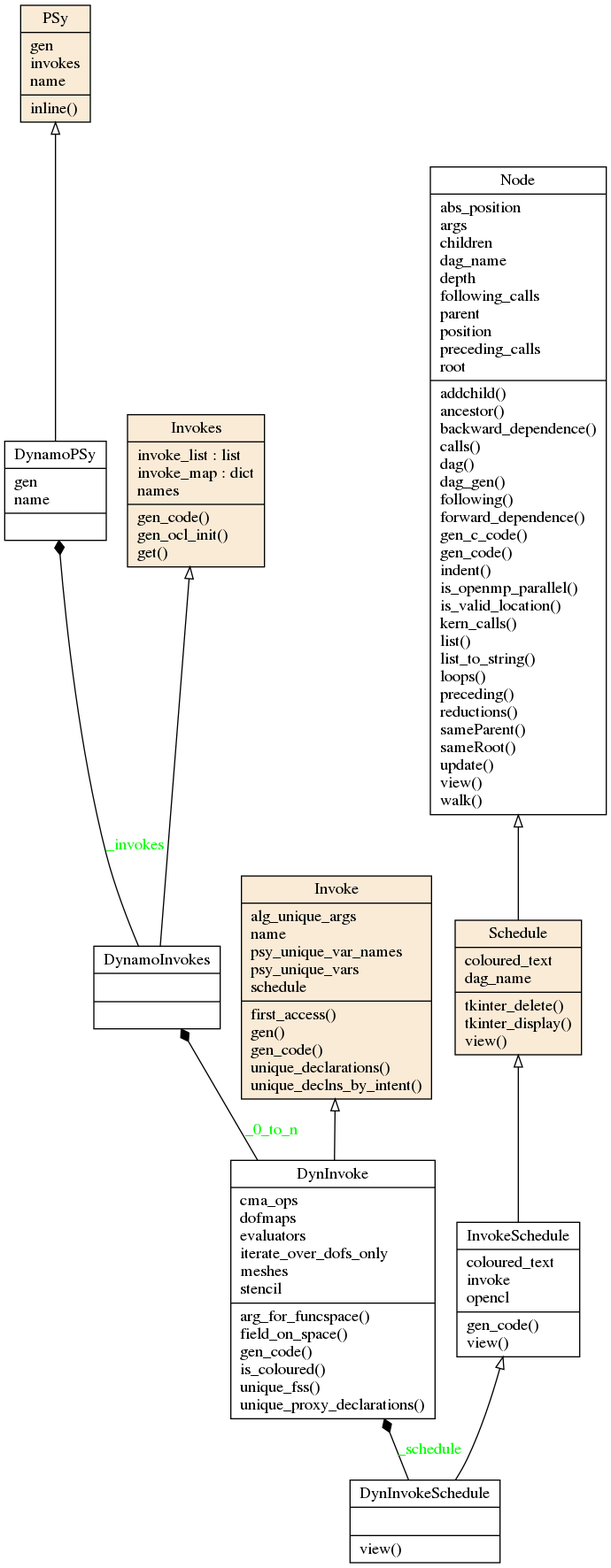
stfc/PSyclone keeps this Graphviz diagram as doc/dynamo0p3_topclasses.png. Above is the earlier version. Its source is kept beside it as doc/dynamo0p3_topclasses.dot.
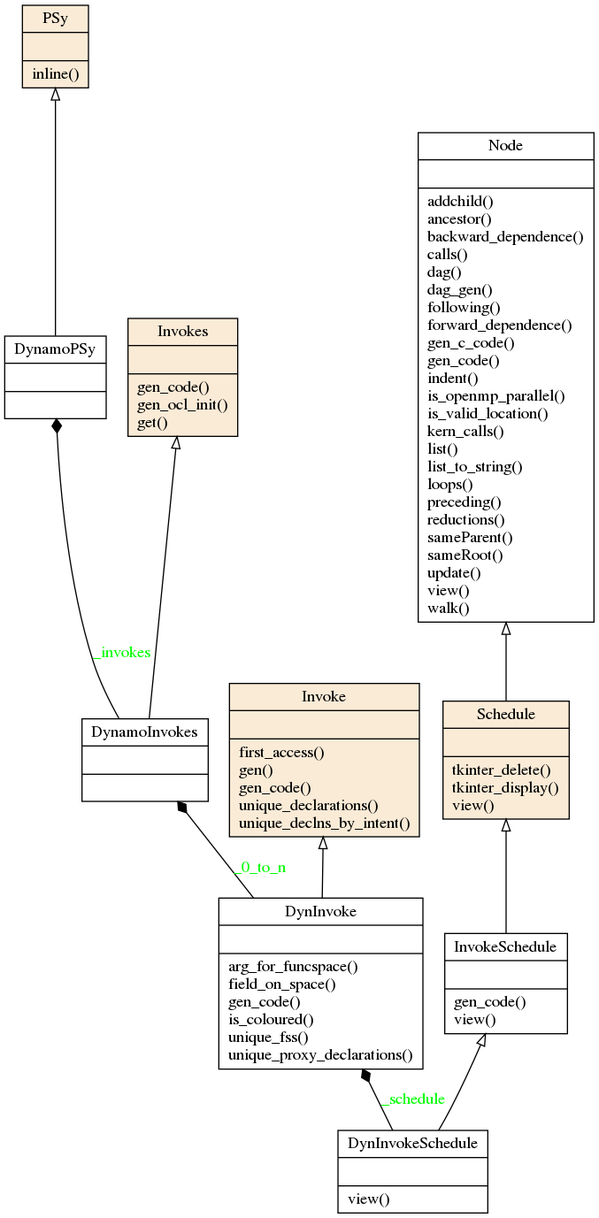
After the change.

What changed in the source:
```diff
@@ -1,16 +1,16 @@
 digraph "classes_dynamo0p3" {
 charset="utf-8"
 rankdir=BT
-"18" [label="{DynInvoke|cma_ops\ldofmaps\levaluators\literate_over_dofs_only\lmeshes\lstencil\l|arg_for_funcspace()\lfield_on_space()\lgen_code()\lis_coloured()\lunique_fss()\lunique_proxy_declarations()\l}", shape="record"];
+"18" [label="{DynInvoke|\l|arg_for_funcspace()\lfield_on_space()\lgen_code()\lis_coloured()\lunique_fss()\lunique_proxy_declarations()\l}", shape="record"];
 "22" [label="{DynInvokeSchedule|\l|view()\l}", shape="record"];
 "32" [label="{DynamoInvokes|\l|}", shape="record"];
-"33" [label="{DynamoPSy|gen\lname\l|}", shape="record"];
-"43" [label="{Invoke|alg_unique_args\lname\lpsy_unique_var_names\lpsy_unique_vars\lschedule\l|first_access()\lgen()\lgen_code()\lunique_declarations()\lunique_declns_by_intent()\l}", shape="record", style=filled, fillcolor="antiquewhite"];
-"44" [label="{InvokeSchedule|coloured_text\linvoke\lopencl\l|gen_code()\lview()\l}", shape="record"];
-"45" [label="{Invokes|invoke_list : list\linvoke_map : dict\lnames\l|gen_code()\lgen_ocl_init()\lget()\l}", shape="record", style=filled, fillcolor="antiquewhite"];
-"56" [label="{Node|abs_position\largs\lchildren\ldag_name\ldepth\lfollowing_calls\lparent\lposition\lpreceding_calls\lroot\l|addchild()\lancestor()\lbackward_dependence()\lcalls()\ldag()\ldag_gen()\lfollowing()\lforward_dependence()\lgen_c_code()\lgen_code()\lindent()\lis_openmp_parallel()\lis_valid_location()\lkern_calls()\llist()\llist_to_string()\lloops()\lpreceding()\lreductions()\lsameParent()\lsameRoot()\lupdate()\lview()\lwalk()\l}", shape="record"];
-"58" [label="{PSy|gen\linvokes\lname\l|inline()\l}", shape="record", style=filled, fillcolor="antiquewhite"];
-"61" [label="{Schedule|coloured_text\ldag_name\l|tkinter_delete()\ltkinter_display()\lview()\l}", shape="record", style=filled, fillcolor="antiquewhite"];
+"33" [label="{DynamoPSy|\l|}", shape="record"];
+"43" [label="{Invoke|\l|first_access()\lgen()\lgen_code()\lunique_declarations()\lunique_declns_by_intent()\l}", shape="record", style=filled, fillcolor="antiquewhite"];
+"44" [label="{InvokeSchedule|\l|gen_code()\lview()\l}", shape="record"];
+"45" [label="{Invokes|\l|gen_code()\lgen_ocl_init()\lget()\l}", shape="record", style=filled, fillcolor="antiquewhite"];
+"56" [label="{Node|\l|addchild()\lancestor()\lbackward_dependence()\lcalls()\ldag()\ldag_gen()\lfollowing()\lforward_dependence()\lgen_c_code()\lgen_code()\lindent()\lis_openmp_parallel()\lis_valid_location()\lkern_calls()\llist()\llist_to_string()\lloops()\lpreceding()\lreductions()\lsameParent()\lsameRoot()\lupdate()\lview()\lwalk()\l}", shape="record"];
+"58" [label="{PSy|\l|inline()\l}", shape="record", style=filled, fillcolor="antiquewhite"];
+"61" [label="{Schedule|\l|tkinter_delete()\ltkinter_display()\lview()\l}", shape="record", style=filled, fillcolor="antiquewhite"];
 "18" -> "43" [arrowhead="empty", arrowtail="none"];
 "22" -> "44" [arrowhead="empty", arrowtail="none"];
 "32" -> "45" [arrowhead="empty", arrowtail="none"];
```
